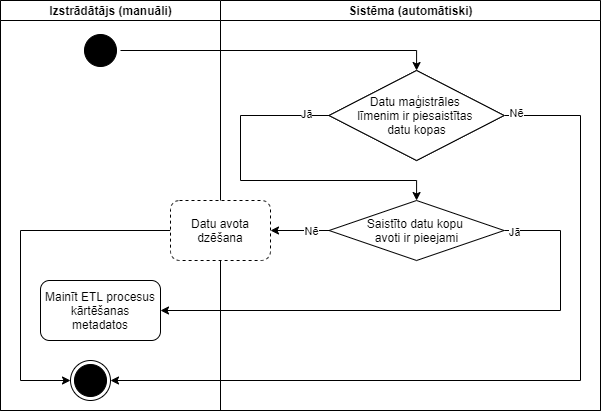
This is schema/scenario/dhl_deletion.png from lllauma/heterogeneous-data-integration, a draw.io export, as it was before one commit. Source tidied: cells renumbered, new cells last; positions are measured from the earlier drawing's top-left corner, leaving out a move shared by most shapes.
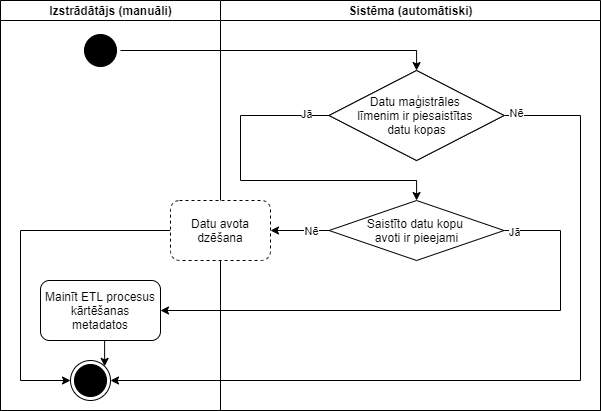
Above is the later version.

Commit message:
Corrected data highway level deletion schema

The edit, as a diff of the source:
```diff
@@ -14,6 +14,9 @@
     <mxCell id="5" style="ellipse;html=1;shape=startState;fillColor=#000000;strokeColor=#000000;" parent="3" vertex="1">
       <mxGeometry x="80" y="30" width="40" height="40" as="geometry" />
     </mxCell>
+    <mxCell id="22" style="edgeStyle=orthogonalEdgeStyle;rounded=0;jettySize=auto;html=1;exitX=0.5;exitY=1;exitDx=0;exitDy=0;entryX=1;entryY=0;entryDx=0;entryDy=0;" parent="3" edge="1" source="6" target="4">
+      <mxGeometry relative="1" as="geometry" />
+    </mxCell>
     <mxCell id="6" value="Mainīt ETL procesus kārtēšanas metadatos" style="rounded=1;whiteSpace=wrap;html=1;strokeColor=#000000;" parent="3" vertex="1">
       <mxGeometry x="40" y="280" width="120" height="60" as="geometry" />
     </mxCell>
```
